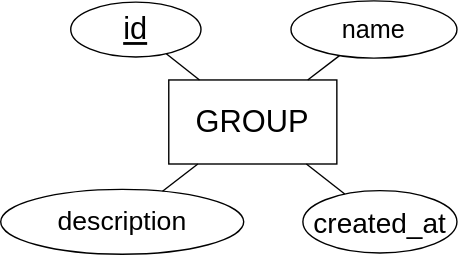
The draw.io diagram img/DB-diagrams/Group.drawio.svg in isel-remote-lab/documentation, before a commit. Source tidied: cells renumbered, new cells last; positions are measured from the earlier drawing's top-left corner, leaving out a move shared by most shapes.
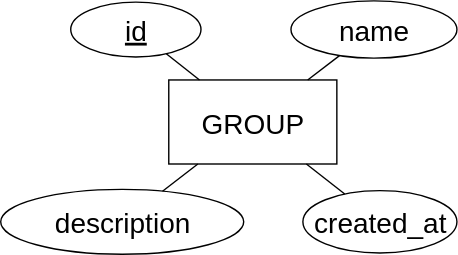
Later version of the same file.

Diff of the diagram source:
```diff
@@ -2,13 +2,13 @@
   <root>
     <mxCell id="0" />
     <mxCell id="1" parent="0" />
-    <mxCell id="2" value="GROUP" style="rounded=0;whiteSpace=wrap;html=1;fontSize=22;" parent="1" vertex="1">
+    <mxCell id="2" value="GROUP" style="rounded=0;whiteSpace=wrap;html=1;fontSize=20;" parent="1" vertex="1">
       <mxGeometry x="120" y="56.6" width="120" height="60" as="geometry" />
     </mxCell>
-    <mxCell id="3" value="&lt;u&gt;id&lt;/u&gt;" style="ellipse;whiteSpace=wrap;html=1;fontStyle=0;fontSize=22;" parent="1" vertex="1">
+    <mxCell id="3" value="&lt;u&gt;id&lt;/u&gt;" style="ellipse;whiteSpace=wrap;html=1;fontStyle=0;fontSize=20;" parent="1" vertex="1">
       <mxGeometry x="50" y="1" width="93" height="39.1" as="geometry" />
     </mxCell>
-    <mxCell id="4" value="name" style="ellipse;whiteSpace=wrap;html=1;fontStyle=0;fontSize=18;" parent="1" vertex="1">
+    <mxCell id="4" value="name" style="ellipse;whiteSpace=wrap;html=1;fontStyle=0;fontSize=20;" parent="1" vertex="1">
       <mxGeometry x="207.2" y="0.1" width="118.5" height="40.9" as="geometry" />
     </mxCell>
     <mxCell id="5" style="endArrow=none;html=1;rounded=0;" parent="1" edge="1" source="2" target="3">
@@ -17,7 +17,7 @@
     <mxCell id="6" style="endArrow=none;html=1;rounded=0;" parent="1" edge="1" source="2" target="4">
       <mxGeometry relative="1" as="geometry" />
     </mxCell>
-    <mxCell id="7" value="description" style="ellipse;whiteSpace=wrap;html=1;fontStyle=0;fontSize=19;" parent="1" vertex="1">
+    <mxCell id="7" value="description" style="ellipse;whiteSpace=wrap;html=1;fontStyle=0;fontSize=20;" parent="1" vertex="1">
       <mxGeometry y="134.7" width="173.5" height="46.3" as="geometry" />
     </mxCell>
     <mxCell id="8" style="endArrow=none;html=1;rounded=0;" parent="1" edge="1" source="7" target="2">
```
